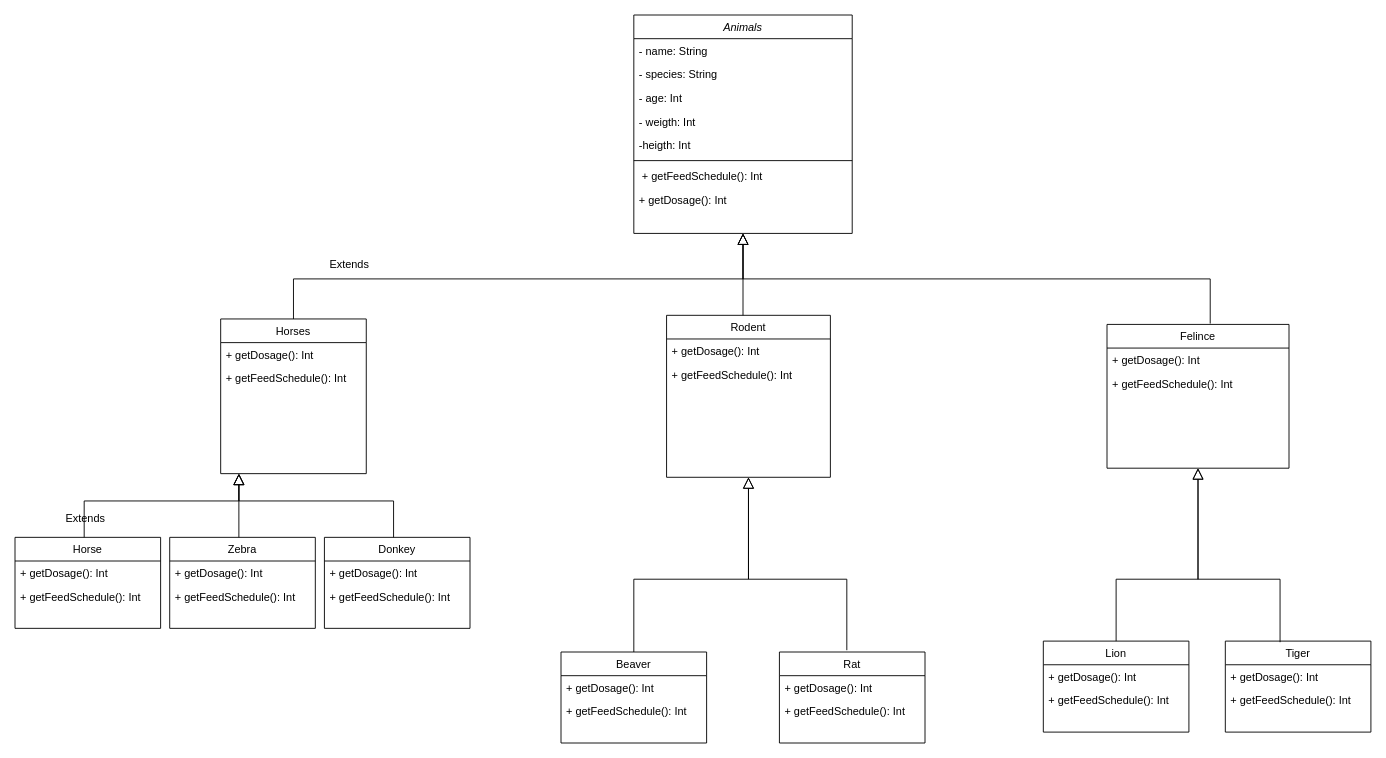
Earlier version of the draw.io diagram ZooDiagram.drawio (tgbirmak/patika.dev-Projeler). Source tidied: cells renumbered, new cells numbered last; positions are measured from the earlier drawing's top-left corner, leaving out a move shared by most shapes. Both pictures are drawn from the tidied source at 91%, with x=0, y=0 at pixel (15, 15).
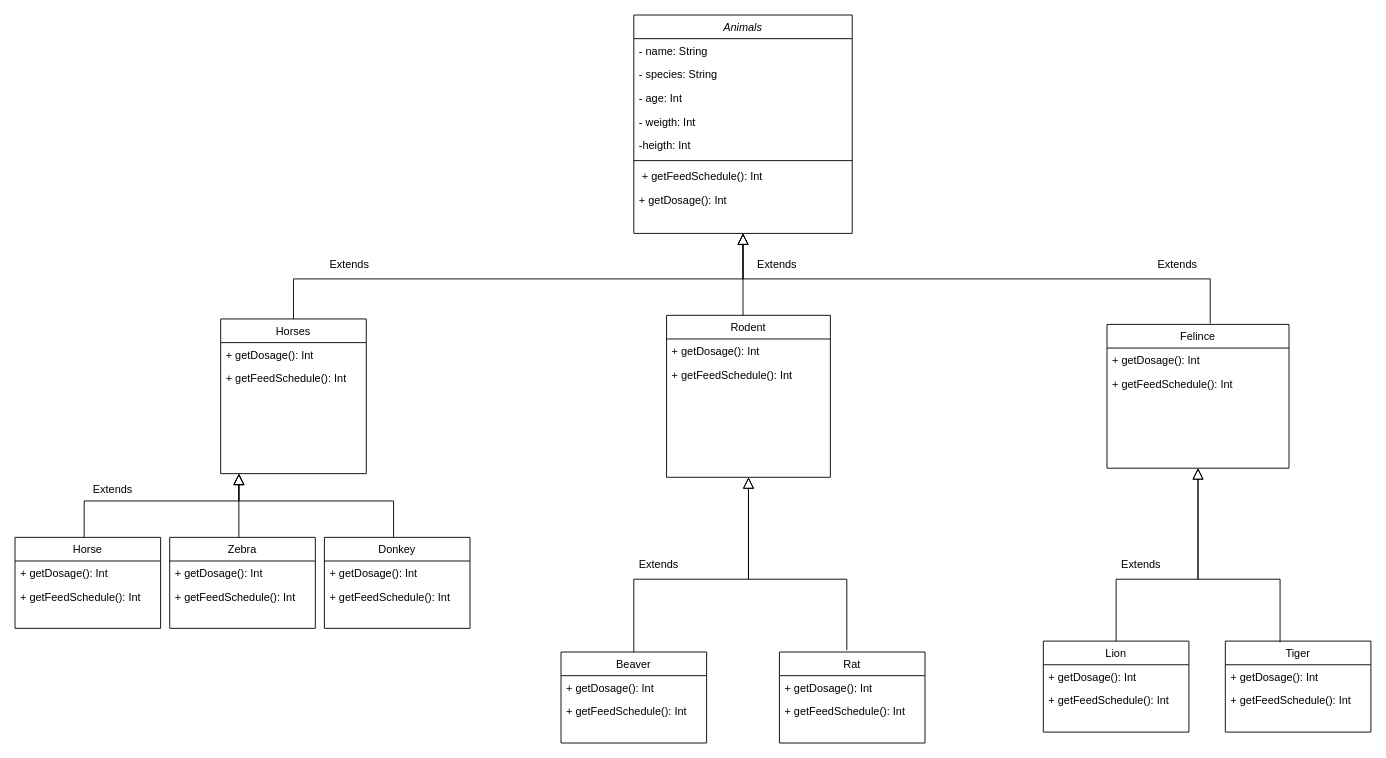
After the change.

Diff of the diagram source:
```diff
@@
     <mxCell id="52" value="Extends" style="text;align=left;verticalAlign=top;spacingLeft=4;spacingRight=4;overflow=hidden;rounded=0;shadow=0;html=0;" parent="1" vertex="1">
-      <mxGeometry x="50" y="540" width="60" height="26" as="geometry" />
+      <mxGeometry x="80" y="508" width="60" height="26" as="geometry" />
     </mxCell>
+    <mxCell id="53" value="Extends" style="text;align=left;verticalAlign=top;spacingLeft=4;spacingRight=4;overflow=hidden;rounded=0;shadow=0;html=0;" parent="1" vertex="1">
+      <mxGeometry x="680" y="590" width="60" height="26" as="geometry" />
+    </mxCell>
+    <mxCell id="54" value="Extends" style="text;align=left;verticalAlign=top;spacingLeft=4;spacingRight=4;overflow=hidden;rounded=0;shadow=0;html=0;" parent="1" vertex="1">
+      <mxGeometry x="1210" y="590" width="60" height="26" as="geometry" />
+    </mxCell>
+    <mxCell id="55" value="Extends" style="text;align=left;verticalAlign=top;spacingLeft=4;spacingRight=4;overflow=hidden;rounded=0;shadow=0;html=0;" parent="1" vertex="1">
+      <mxGeometry x="1250" y="260" width="60" height="26" as="geometry" />
+    </mxCell>
+    <mxCell id="56" value="Extends" style="text;align=left;verticalAlign=top;spacingLeft=4;spacingRight=4;overflow=hidden;rounded=0;shadow=0;html=0;" parent="1" vertex="1">
+      <mxGeometry x="810" y="260" width="60" height="34" as="geometry" />
+    </mxCell>
```
